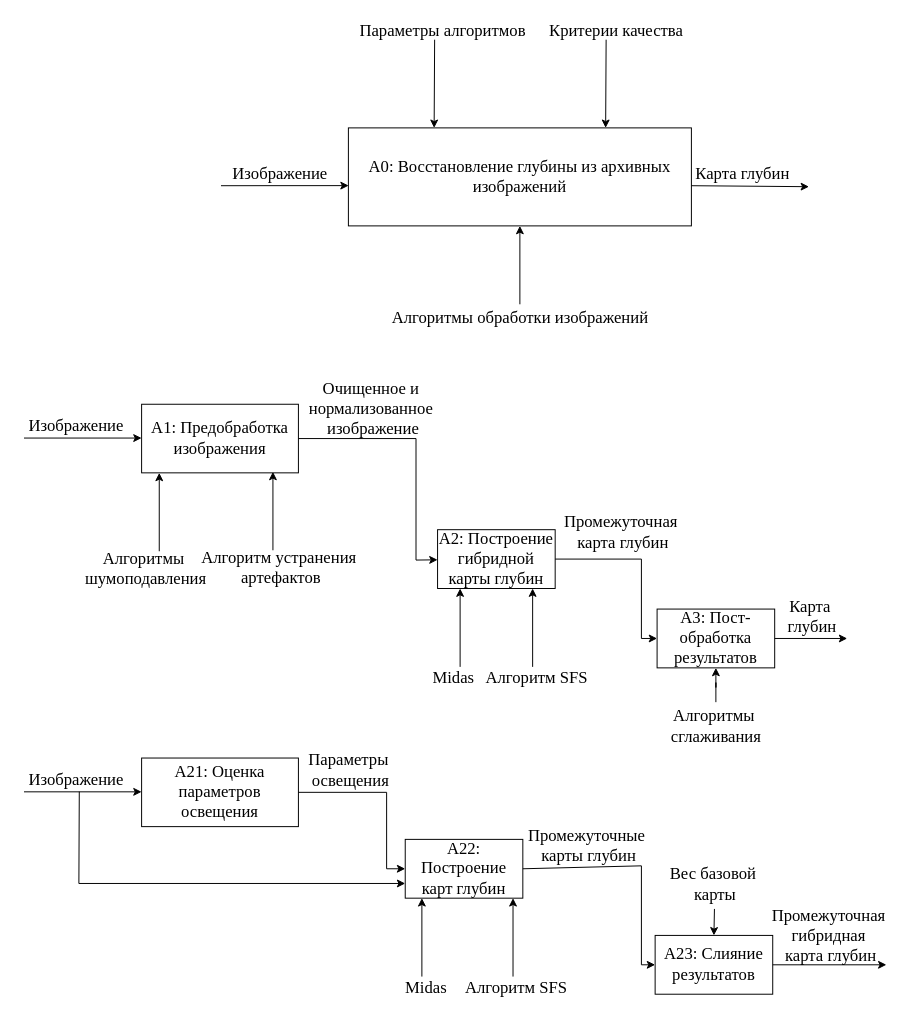
Before: page "IDEF0" (1 of 8) of report/Диаграммки.drawio in lalala-0/VKR_BMSTU, a draw.io diagram. Source tidied: cells renumbered, new cells numbered last; positions are measured from the earlier drawing's top-left corner, leaving out a move shared by most shapes. Both pictures are drawn from the tidied source at 98%, with x=0, y=0 at pixel (17, 17).
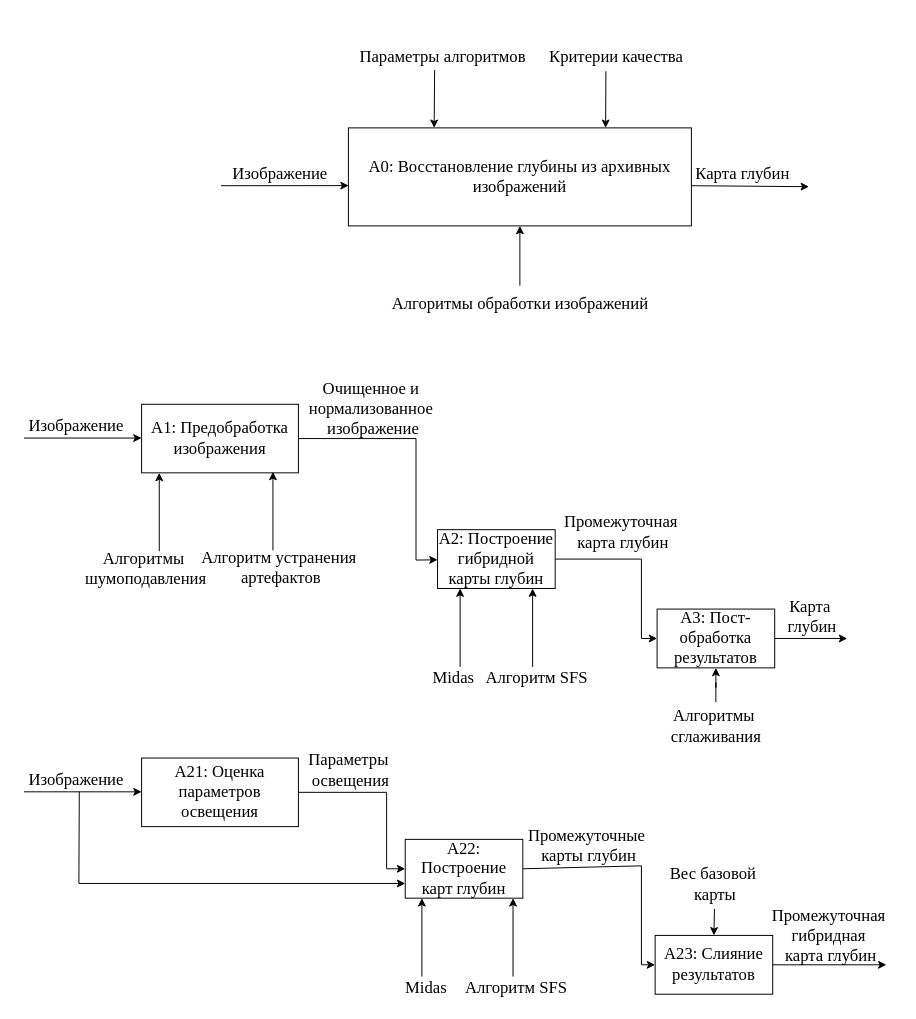
Above is the later version.

The change refers to these unchanged cells:
```xml
<mxCell id="2" value="A0: Восстановление глубины из архивных изображений" style="rounded=0;whiteSpace=wrap;html=1;fontFamily=Times New Roman;fontSize=17;" parent="1" vertex="1">
  <mxGeometry x="338" y="113" width="350" height="100" as="geometry" />
</mxCell>
```

What changed in the source:
```diff
@@
     <mxCell id="5" style="endArrow=classic;html=1;rounded=0;entryX=0.25;entryY=0;entryDx=0;entryDy=0;fontFamily=Times New Roman;fontSize=17;" parent="1" edge="1" target="2">
       <mxGeometry relative="1" as="geometry">
-        <mxPoint x="426" y="23" as="sourcePoint" />
+        <mxPoint x="426" y="54" as="sourcePoint" />
       </mxGeometry>
     </mxCell>
     <mxCell id="6" style="endArrow=classic;html=1;rounded=0;entryX=0.5;entryY=1;entryDx=0;entryDy=0;fontFamily=Times New Roman;fontSize=17;" parent="1" edge="1" target="2">
       <mxGeometry relative="1" as="geometry">
-        <mxPoint x="513" y="293" as="sourcePoint" />
+        <mxPoint x="513" y="274" as="sourcePoint" />
       </mxGeometry>
     </mxCell>
@@
     <mxCell id="14" value="Параметры алгоритмов" style="text;html=1;align=center;verticalAlign=middle;strokeColor=none;fillColor=none;fontFamily=Times New Roman;fontSize=17;" parent="1" vertex="1">
-      <mxGeometry x="339" width="190" height="30" as="geometry" />
+      <mxGeometry x="339" y="26" width="190" height="30" as="geometry" />
     </mxCell>
-    <mxCell id="15" style="endArrow=classic;html=1;rounded=0;entryX=0.75;entryY=0;entryDx=0;entryDy=0;fontFamily=Times New Roman;fontSize=17;" parent="1" edge="1" target="2">
-      <mxGeometry relative="1" as="geometry">
-        <mxPoint x="601" y="23" as="sourcePoint" />
-      </mxGeometry>
+    <mxCell id="15" style="endArrow=classic;html=1;rounded=0;entryX=0.75;entryY=0;entryDx=0;entryDy=0;fontFamily=Times New Roman;fontSize=17;exitX=0.436;exitY=0.974;exitDx=0;exitDy=0;exitPerimeter=0;" parent="1" edge="1" source="16" target="2">
+      <mxGeometry relative="1" as="geometry" />
     </mxCell>
     <mxCell id="16" value="Критерии качества" style="text;html=1;align=center;verticalAlign=middle;points=[];strokeColor=none;fillColor=none;fontFamily=Times New Roman;fontSize=17;" parent="1" vertex="1">
-      <mxGeometry x="531" width="160" height="30" as="geometry" />
+      <mxGeometry x="531" y="26" width="160" height="30" as="geometry" />
     </mxCell>
     <mxCell id="17" value="&lt;div&gt;Алгоритмы обработки изображений&lt;/div&gt;" style="text;html=1;align=center;verticalAlign=middle;strokeColor=none;fillColor=none;fontFamily=Times New Roman;fontSize=17;" parent="1" vertex="1">
-      <mxGeometry x="368" y="293" width="290" height="30" as="geometry" />
+      <mxGeometry x="368" y="278" width="290" height="30" as="geometry" />
     </mxCell>
```
